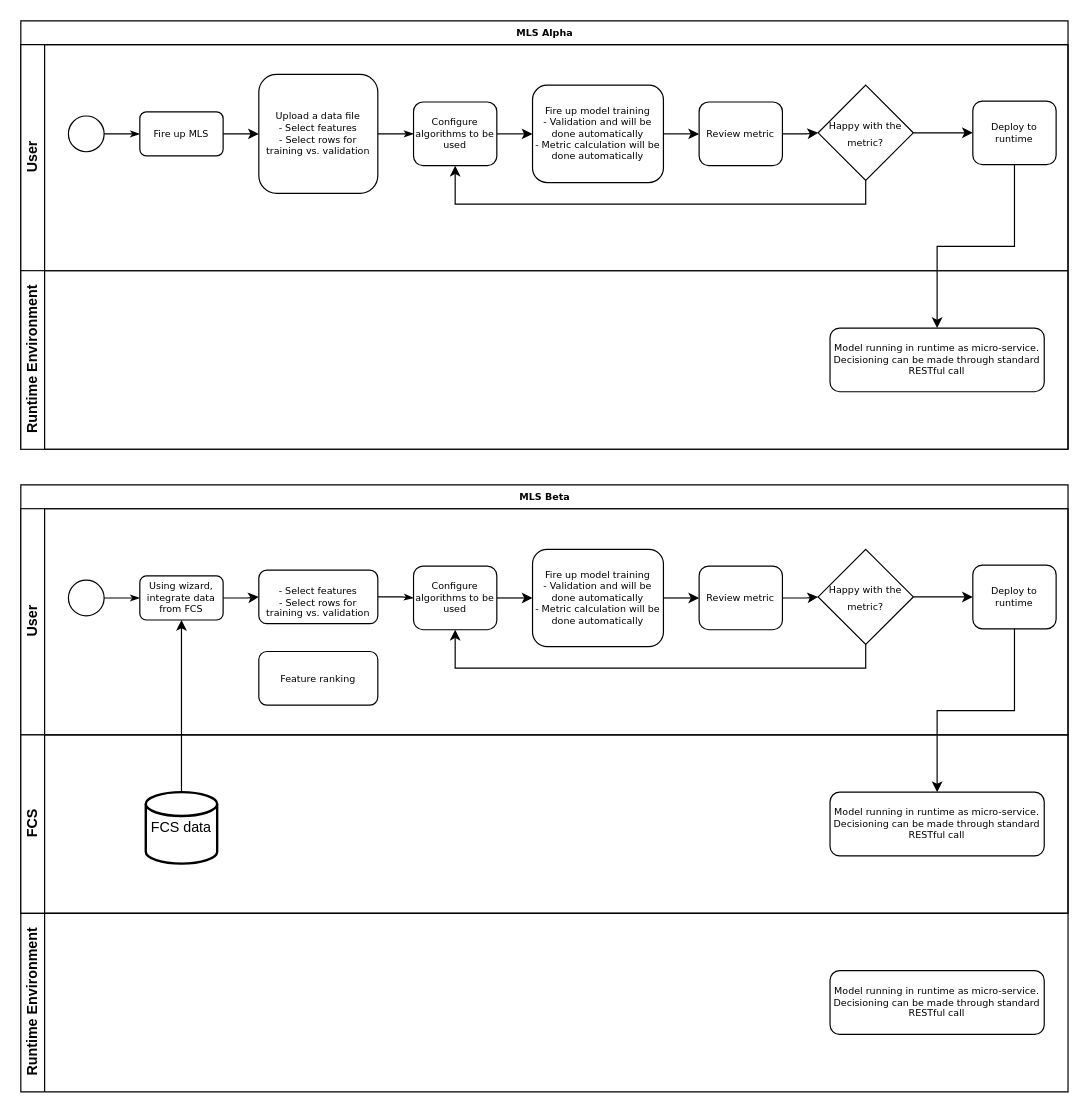
Above: Untitled Diagram.drawio in azrul-madisa/azrul-madisa (draw.io), before the change. Source tidied: cells renumbered, new cells numbered last; positions are measured from the earlier drawing's top-left corner, leaving out a move shared by most shapes. Both pictures are drawn from the tidied source at 119%, with x=0, y=0 at pixel (20, 20).
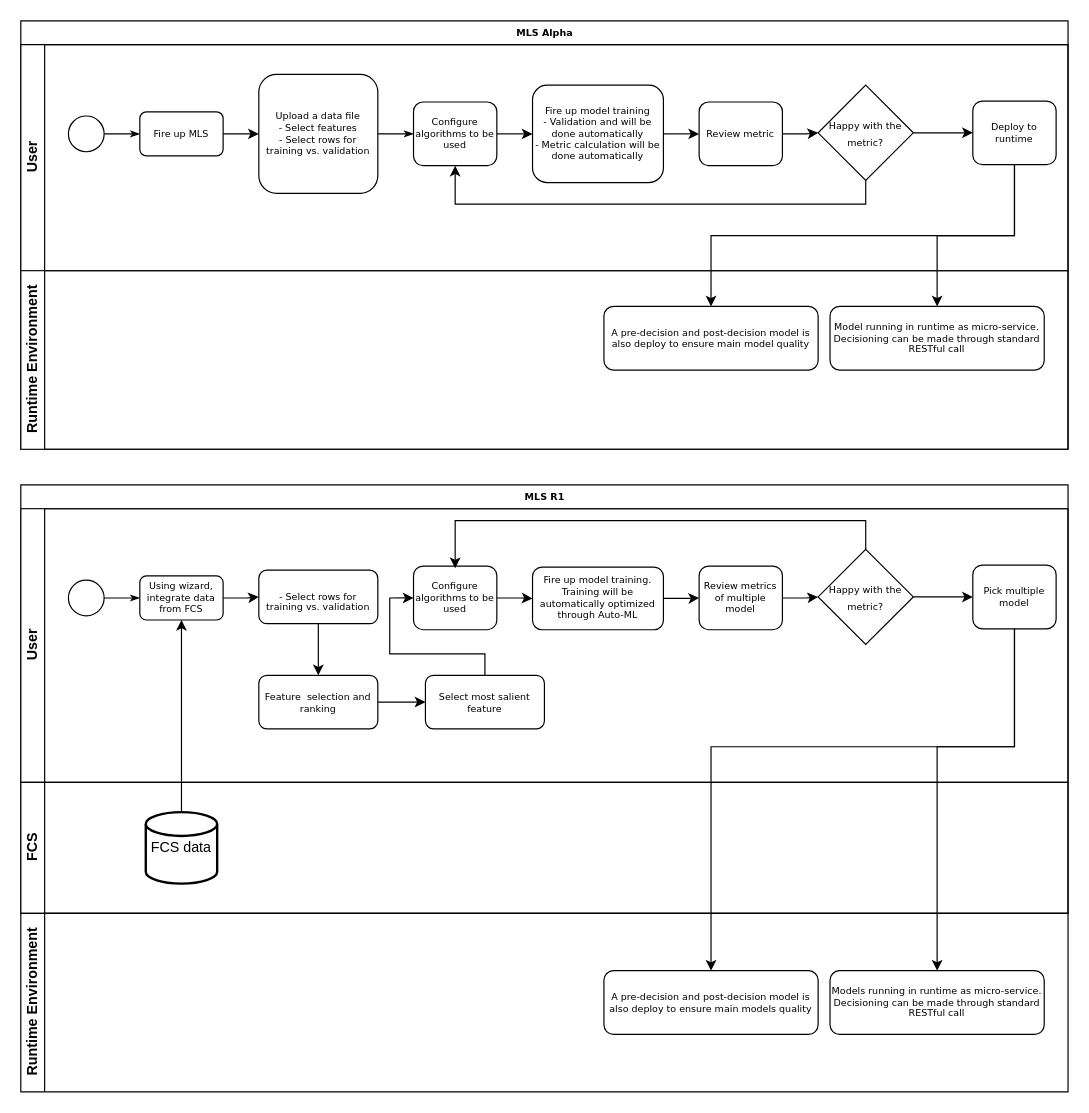
The same diagram, later.

Commit message:
MLS Biz Flow.drawio

Unchanged cells that the change refers to:
```xml
<mxCell id="2" value="MLS Alpha" style="swimlane;html=1;horizontal=1;startSize=20;rounded=0;shadow=0;labelBackgroundColor=none;strokeWidth=1;fontFamily=Verdana;fontSize=8;align=center;" parent="1" vertex="1">
  <mxGeometry width="880" height="360" as="geometry" />
</mxCell>
<mxCell id="18" value="Deploy to runtime" style="rounded=1;whiteSpace=wrap;html=1;shadow=0;labelBackgroundColor=none;strokeWidth=1;fontFamily=Verdana;fontSize=8;align=center;" parent="3" vertex="1">
  <mxGeometry x="800" y="47.4" width="70" height="53.5" as="geometry" />
</mxCell>
<mxCell id="19" value="Runtime Environment" style="swimlane;html=1;startSize=20;horizontal=0;" parent="2" vertex="1">
  <mxGeometry y="210" width="880" height="150" as="geometry" />
</mxCell>
<mxCell id="33" value="Configure algorithms to be used" style="rounded=1;whiteSpace=wrap;html=1;shadow=0;labelBackgroundColor=none;strokeWidth=1;fontFamily=Verdana;fontSize=8;align=center;" parent="24" vertex="1">
  <mxGeometry x="330" y="48.2" width="70" height="53.5" as="geometry" />
</mxCell>
<mxCell id="38" value="&lt;font face=&quot;Verdana&quot; style=&quot;font-size: 8px&quot;&gt;Happy with the metric?&lt;/font&gt;" style="rhombus;whiteSpace=wrap;html=1;" parent="24" vertex="1">
  <mxGeometry x="670" y="34.1" width="80" height="80" as="geometry" />
</mxCell>
<mxCell id="47" value="Runtime Environment" style="swimlane;html=1;startSize=20;horizontal=0;" parent="1" vertex="1">
  <mxGeometry y="750" width="880" height="150" as="geometry" />
</mxCell>
```

Diff of the diagram source:
```diff
@@
     <mxCell id="20" value="Model running in runtime as micro-service. Decisioning can be made through standard RESTful call" style="rounded=1;whiteSpace=wrap;html=1;shadow=0;labelBackgroundColor=none;strokeWidth=1;fontFamily=Verdana;fontSize=8;align=center;" parent="19" vertex="1">
-      <mxGeometry x="680" y="48.2" width="180" height="53.5" as="geometry" />
+      <mxGeometry x="680" y="30" width="180" height="53.5" as="geometry" />
     </mxCell>
+    <mxCell id="49" value="A pre-decision and post-decision model is also deploy to ensure main model quality" style="rounded=1;whiteSpace=wrap;html=1;shadow=0;labelBackgroundColor=none;strokeWidth=1;fontFamily=Verdana;fontSize=8;align=center;" parent="19" vertex="1">
+      <mxGeometry x="490" y="30" width="180" height="53.5" as="geometry" />
+    </mxCell>
@@
+    <mxCell id="50" style="edgeStyle=orthogonalEdgeStyle;rounded=0;jettySize=auto;html=1;entryX=0.5;entryY=0;entryDx=0;entryDy=0;exitX=0.5;exitY=1;exitDx=0;exitDy=0;" parent="2" edge="1" source="18" target="49">
+      <mxGeometry relative="1" as="geometry" />
+    </mxCell>
@@
-    <mxCell id="23" value="MLS Beta" style="swimlane;html=1;horizontal=1;startSize=20;rounded=0;shadow=0;labelBackgroundColor=none;strokeWidth=1;fontFamily=Verdana;fontSize=8;align=center;" parent="1" vertex="1">
+    <mxCell id="23" value="MLS R1" style="swimlane;html=1;horizontal=1;startSize=20;rounded=0;shadow=0;labelBackgroundColor=none;strokeWidth=1;fontFamily=Verdana;fontSize=8;align=center;" parent="1" vertex="1">
       <mxGeometry y="390" width="880" height="360" as="geometry" />
     </mxCell>
     <mxCell id="24" value="User" style="swimlane;html=1;startSize=20;horizontal=0;" parent="23" vertex="1">
-      <mxGeometry y="20" width="880" height="190" as="geometry" />
+      <mxGeometry y="20" width="880" height="230" as="geometry" />
     </mxCell>
@@
-    <mxCell id="29" style="edgeStyle=orthogonalEdgeStyle;rounded=0;html=1;labelBackgroundColor=none;startArrow=none;startFill=0;startSize=5;endArrow=classicThin;endFill=1;endSize=5;jettySize=auto;strokeWidth=1;fontFamily=Verdana;fontSize=8;entryX=0;entryY=0.5;entryDx=0;entryDy=0;" parent="24" edge="1" source="30" target="33">
-      <mxGeometry relative="1" as="geometry" />
-    </mxCell>
+    <mxCell id="51" style="edgeStyle=orthogonalEdgeStyle;rounded=0;jettySize=auto;html=1;" parent="24" edge="1" source="30" target="46">
+      <mxGeometry relative="1" as="geometry" />
+    </mxCell>
-    <mxCell id="30" value="&lt;br&gt;- Select features&lt;br&gt;- Select rows for training vs. validation" style="rounded=1;whiteSpace=wrap;html=1;shadow=0;labelBackgroundColor=none;strokeWidth=1;fontFamily=Verdana;fontSize=8;align=center;" parent="24" vertex="1">
+    <mxCell id="30" value="&lt;br&gt;- Select rows for training vs. validation" style="rounded=1;whiteSpace=wrap;html=1;shadow=0;labelBackgroundColor=none;strokeWidth=1;fontFamily=Verdana;fontSize=8;align=center;" parent="24" vertex="1">
       <mxGeometry x="200" y="51.6" width="100" height="45" as="geometry" />
     </mxCell>
-    <mxCell id="31" value="Fire up model training&lt;br&gt;- Validation and will be done automatically&lt;br&gt;- Metric calculation will be done automatically" style="rounded=1;whiteSpace=wrap;html=1;shadow=0;labelBackgroundColor=none;strokeWidth=1;fontFamily=Verdana;fontSize=8;align=center;" parent="24" vertex="1">
-      <mxGeometry x="430" y="34.1" width="110" height="81.8" as="geometry" />
+    <mxCell id="31" value="Fire up model training. Training will be automatically optimized through Auto-ML" style="rounded=1;whiteSpace=wrap;html=1;shadow=0;labelBackgroundColor=none;strokeWidth=1;fontFamily=Verdana;fontSize=8;align=center;" parent="24" vertex="1">
+      <mxGeometry x="430" y="49.1" width="110" height="52.6" as="geometry" />
     </mxCell>
@@
-    <mxCell id="35" value="Review metric" style="rounded=1;whiteSpace=wrap;html=1;shadow=0;labelBackgroundColor=none;strokeWidth=1;fontFamily=Verdana;fontSize=8;align=center;" parent="24" vertex="1">
+    <mxCell id="35" value="Review metrics of multiple model" style="rounded=1;whiteSpace=wrap;html=1;shadow=0;labelBackgroundColor=none;strokeWidth=1;fontFamily=Verdana;fontSize=8;align=center;" parent="24" vertex="1">
       <mxGeometry x="570" y="48.2" width="70" height="53.5" as="geometry" />
     </mxCell>
@@
-    <mxCell id="37" style="edgeStyle=orthogonalEdgeStyle;rounded=0;jettySize=auto;html=1;entryX=0.5;entryY=1;entryDx=0;entryDy=0;" parent="24" edge="1" source="38" target="33">
+    <mxCell id="37" style="edgeStyle=orthogonalEdgeStyle;rounded=0;jettySize=auto;html=1;" parent="24" edge="1" source="38">
       <mxGeometry relative="1" as="geometry">
+        <mxPoint x="365" y="50" as="targetPoint" />
         <Array as="points">
-          <mxPoint x="710" y="134" />
-          <mxPoint x="365" y="134" />
+          <mxPoint x="710" y="10" />
+          <mxPoint x="365" y="10" />
         </Array>
       </mxGeometry>
     </mxCell>
@@
-    <mxCell id="39" value="Deploy to runtime" style="rounded=1;whiteSpace=wrap;html=1;shadow=0;labelBackgroundColor=none;strokeWidth=1;fontFamily=Verdana;fontSize=8;align=center;" parent="24" vertex="1">
+    <mxCell id="39" value="Pick multiple model" style="rounded=1;whiteSpace=wrap;html=1;shadow=0;labelBackgroundColor=none;strokeWidth=1;fontFamily=Verdana;fontSize=8;align=center;" parent="24" vertex="1">
       <mxGeometry x="800" y="47.4" width="70" height="53.5" as="geometry" />
     </mxCell>
+    <mxCell id="52" style="edgeStyle=orthogonalEdgeStyle;rounded=0;jettySize=auto;html=1;" parent="24" edge="1" source="46" target="54">
+      <mxGeometry relative="1" as="geometry" />
+    </mxCell>
+    <mxCell id="46" value="Feature&amp;nbsp; selection and ranking" style="rounded=1;whiteSpace=wrap;html=1;shadow=0;labelBackgroundColor=none;strokeWidth=1;fontFamily=Verdana;fontSize=8;align=center;" parent="24" vertex="1">
+      <mxGeometry x="200" y="140" width="100" height="45" as="geometry" />
+    </mxCell>
+    <mxCell id="53" style="edgeStyle=orthogonalEdgeStyle;rounded=0;jettySize=auto;html=1;entryX=0;entryY=0.5;entryDx=0;entryDy=0;" parent="24" edge="1" source="54" target="33">
+      <mxGeometry relative="1" as="geometry">
+        <Array as="points">
+          <mxPoint x="390" y="122" />
+          <mxPoint x="310" y="122" />
+          <mxPoint x="310" y="75" />
+        </Array>
+      </mxGeometry>
+    </mxCell>
+    <mxCell id="54" value="Select most salient feature" style="rounded=1;whiteSpace=wrap;html=1;shadow=0;labelBackgroundColor=none;strokeWidth=1;fontFamily=Verdana;fontSize=8;align=center;" parent="24" vertex="1">
+      <mxGeometry x="340" y="140" width="100" height="45" as="geometry" />
+    </mxCell>
     <mxCell id="40" value="FCS" style="swimlane;html=1;startSize=20;horizontal=0;" parent="23" vertex="1">
-      <mxGeometry y="210" width="880" height="150" as="geometry" />
+      <mxGeometry y="250" width="880" height="110" as="geometry" />
     </mxCell>
-    <mxCell id="41" value="Model running in runtime as micro-service. Decisioning can be made through standard RESTful call" style="rounded=1;whiteSpace=wrap;html=1;shadow=0;labelBackgroundColor=none;strokeWidth=1;fontFamily=Verdana;fontSize=8;align=center;" parent="40" vertex="1">
-      <mxGeometry x="680" y="48.2" width="180" height="53.5" as="geometry" />
-    </mxCell>
     <mxCell id="42" value="FCS data" style="strokeWidth=2;html=1;shape=mxgraph.flowchart.database;whiteSpace=wrap;" parent="40" vertex="1">
-      <mxGeometry x="105" y="48.2" width="60" height="60" as="geometry" />
+      <mxGeometry x="105" y="25" width="60" height="60" as="geometry" />
     </mxCell>
-    <mxCell id="43" style="edgeStyle=orthogonalEdgeStyle;rounded=0;jettySize=auto;html=1;" parent="23" edge="1" source="39" target="41">
-      <mxGeometry relative="1" as="geometry" />
-    </mxCell>
@@
-    <mxCell id="46" value="Feature ranking" style="rounded=1;whiteSpace=wrap;html=1;shadow=0;labelBackgroundColor=none;strokeWidth=1;fontFamily=Verdana;fontSize=8;align=center;" parent="1" vertex="1">
-      <mxGeometry x="200" y="530" width="100" height="45" as="geometry" />
-    </mxCell>
@@
-    <mxCell id="48" value="Model running in runtime as micro-service. Decisioning can be made through standard RESTful call" style="rounded=1;whiteSpace=wrap;html=1;shadow=0;labelBackgroundColor=none;strokeWidth=1;fontFamily=Verdana;fontSize=8;align=center;" parent="47" vertex="1">
-      <mxGeometry x="680" y="48.2" width="180" height="53.5" as="geometry" />
-    </mxCell>
+    <mxCell id="41" value="Models running in runtime as micro-service. Decisioning can be made through standard RESTful call" style="rounded=1;whiteSpace=wrap;html=1;shadow=0;labelBackgroundColor=none;strokeWidth=1;fontFamily=Verdana;fontSize=8;align=center;" parent="47" vertex="1">
+      <mxGeometry x="680" y="48.2" width="180" height="53.5" as="geometry" />
+    </mxCell>
+    <mxCell id="55" value="A pre-decision and post-decision model is also deploy to ensure main models quality" style="rounded=1;whiteSpace=wrap;html=1;shadow=0;labelBackgroundColor=none;strokeWidth=1;fontFamily=Verdana;fontSize=8;align=center;" parent="47" vertex="1">
+      <mxGeometry x="490" y="48.2" width="180" height="53.5" as="geometry" />
+    </mxCell>
+    <mxCell id="43" style="edgeStyle=orthogonalEdgeStyle;rounded=0;jettySize=auto;html=1;" parent="1" edge="1" source="39" target="41">
+      <mxGeometry relative="1" as="geometry">
+        <Array as="points">
+          <mxPoint x="835" y="610" />
+          <mxPoint x="770" y="610" />
+        </Array>
+      </mxGeometry>
+    </mxCell>
+    <mxCell id="56" style="edgeStyle=orthogonalEdgeStyle;rounded=0;jettySize=auto;html=1;" parent="1" edge="1" source="39" target="55">
+      <mxGeometry relative="1" as="geometry">
+        <Array as="points">
+          <mxPoint x="835" y="610" />
+          <mxPoint x="580" y="610" />
+        </Array>
+      </mxGeometry>
+    </mxCell>
```
